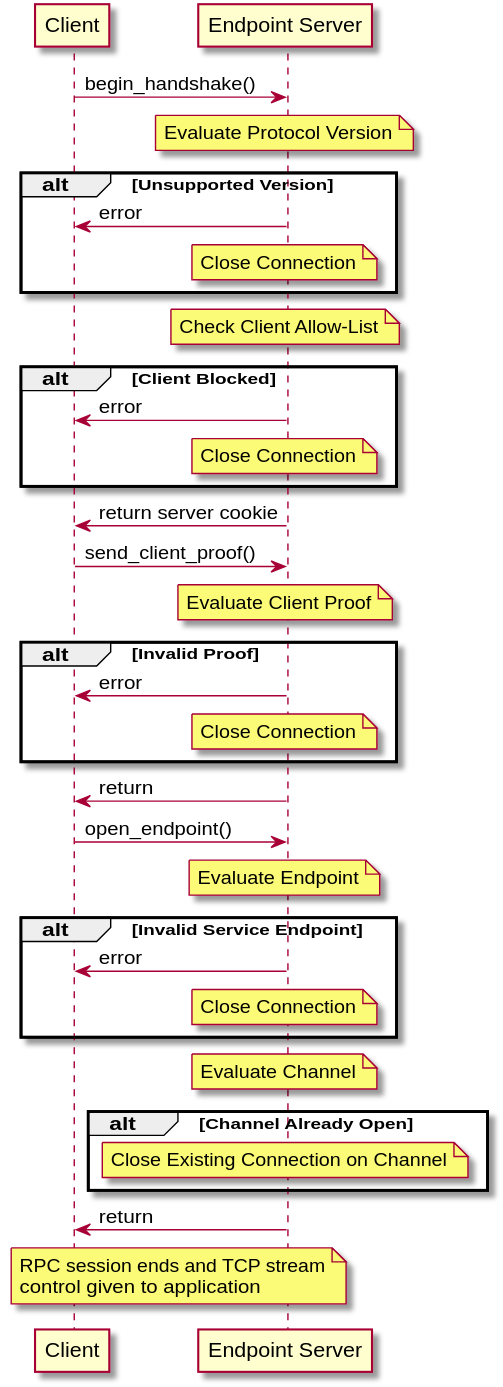
The PlantUML diagram docs/endpoint_handshake.svg in blueprint-freespeech/gosling, before a commit.
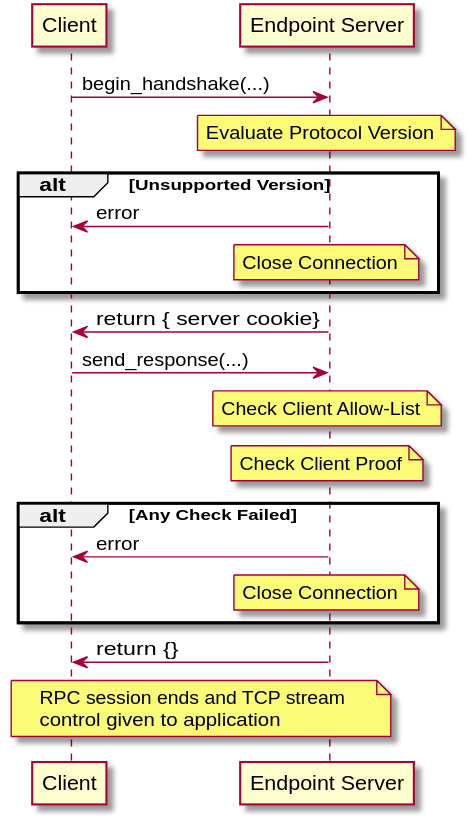
The same file after the commit.

What changed in the source:
```diff
@@ -2,7 +2,7 @@
 participant Client
 participant "Endpoint Server" as Server
 
-Client->Server: begin_handshake()
+Client->Server: begin_handshake(...)
 
     note over Server: Evaluate Protocol Version
 
@@ -11,45 +11,22 @@
         note over Server: Close Connection
     end
 
+Client<-Server: return {    server cookie}
+
+Client->Server: send_response(...)
+
     note over Server: Check Client Allow-List
+    note over Server: Check Client Proof
 
-    alt Client Blocked
+    alt Any Check Failed
         Client<-Server: error
         note over Server: Close Connection
     end
 
-Client<-Server: return server cookie
-
-Client->Server: send_client_proof()
-
-    note over Server: Evaluate Client Proof
-
-    alt Invalid Proof
-        Client<-Server: error
-        note over Server: Close Connection
-    end
-
-Server->Client: return
-
-Client->Server: open_endpoint()
-    note over Server: Evaluate Endpoint
-
-    alt Invalid Service Endpoint
-        Client<-Server: error
-        note over Server: Close Connection
-    end
-
-    note over Server: Evaluate Channel
-
-    alt Channel Already Open
-        note over Server: Close Existing Connection on Channel
-    end
-
-    Client<-Server: return
+Server->Client: return {}
 
 note over Client, Server
     RPC session ends and TCP stream
     control given to application
 endnote
-
 @enduml
```
